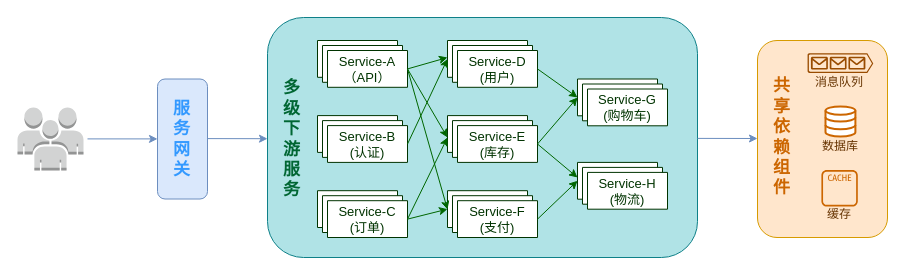
Earlier version of the draw.io diagram drawio/未命名绘图.drawio (siljing/SAD-Data_Modeling). Source tidied: cells renumbered, new cells numbered last; positions are measured from the earlier drawing's top-left corner, leaving out a move shared by most shapes. Both pictures are drawn from the tidied source at 100%, with x=0, y=0 at pixel (17, 17).
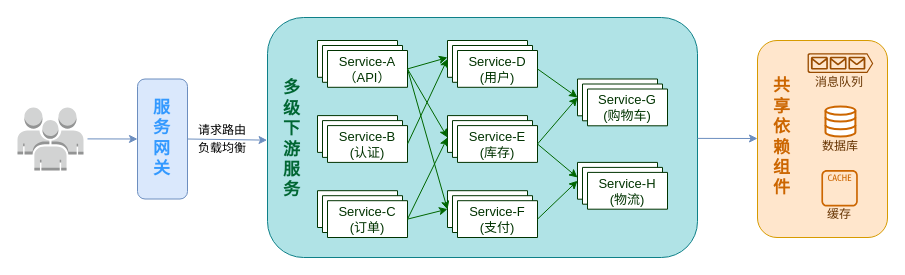
The same page after the edit.

Commit message (it also covers changes not shown here):
更新未命名绘图.drawio

The change refers to these unchanged cells:
```xml
<mxCell id="8" style="rounded=1;whiteSpace=wrap;html=1;fillColor=#b0e3e6;strokeColor=#0e8088;" parent="1" vertex="1">
  <mxGeometry x="250" width="430" height="240" as="geometry" />
</mxCell>
```

Change to the diagram source:
```diff
@@
-    <mxCell id="3" style="endArrow=classic;html=1;rounded=1;fillColor=#dae8fc;strokeColor=#6c8ebf;curved=0;" parent="1" edge="1">
+    <mxCell id="3" style="endArrow=classic;html=1;rounded=1;fillColor=#dae8fc;strokeColor=#6c8ebf;curved=0;entryX=0;entryY=0.5;entryDx=0;entryDy=0;" parent="1" edge="1" target="4">
       <mxGeometry relative="1" as="geometry">
         <mxPoint x="70" y="121.4" as="sourcePoint" />
-        <mxPoint x="140" y="121.4" as="targetPoint" />
       </mxGeometry>
     </mxCell>
-    <mxCell id="4" style="rounded=1;whiteSpace=wrap;html=1;fillColor=#dae8fc;strokeColor=#6c8ebf;shadow=0;" parent="1" vertex="1">
-      <mxGeometry x="140" y="61.5" width="50" height="120" as="geometry" />
-    </mxCell>
-    <mxCell id="5" value="服务网关" style="text;align=left;verticalAlign=middle;spacingLeft=4;spacingRight=4;overflow=hidden;whiteSpace=wrap;html=1;fontSize=17;fontColor=light-dark(#3399FF,#2566A8);textShadow=0;labelBorderColor=none;labelBackgroundColor=none;fontStyle=1;" parent="1" vertex="1">
-      <mxGeometry x="150" y="69.8" width="30" height="103.5" as="geometry" />
-    </mxCell>
@@
-    <mxCell id="7" style="endArrow=classic;html=1;rounded=1;fillColor=#dae8fc;strokeColor=#6c8ebf;curved=0;" parent="1" edge="1">
-      <mxGeometry relative="1" as="geometry">
-        <mxPoint x="190" y="121.1" as="sourcePoint" />
-        <mxPoint x="250" y="121.2" as="targetPoint" />
-      </mxGeometry>
+    <mxCell id="7" style="endArrow=classic;html=1;rounded=1;fillColor=#dae8fc;strokeColor=#6c8ebf;curved=0;exitX=1;exitY=0.5;exitDx=0;exitDy=0;entryX=-0.001;entryY=0.511;entryDx=0;entryDy=0;entryPerimeter=0;" parent="1" edge="1" source="4" target="8">
+      <mxGeometry relative="1" as="geometry" />
     </mxCell>
@@
+    <mxCell id="53" value="&lt;div style=&quot;line-height: 140%;&quot;&gt;请求路由&lt;/div&gt;" style="text;html=1;whiteSpace=wrap;strokeColor=none;fillColor=none;align=center;verticalAlign=middle;rounded=0;strokeWidth=3;" parent="1" vertex="1">
+      <mxGeometry x="170" y="98.1" width="70" height="30" as="geometry" />
+    </mxCell>
+    <mxCell id="54" value="&lt;div style=&quot;line-height: 140%;&quot;&gt;负载均衡&lt;/div&gt;" style="text;html=1;whiteSpace=wrap;strokeColor=none;fillColor=none;align=center;verticalAlign=middle;rounded=0;strokeWidth=5;" parent="1" vertex="1">
+      <mxGeometry x="170" y="116" width="70" height="30" as="geometry" />
+    </mxCell>
+    <mxCell id="55" style="group;" parent="1" vertex="1">
+      <mxGeometry x="120" y="61.5" width="50" height="120" as="geometry" />
+    </mxCell>
+    <mxCell id="4" style="rounded=1;whiteSpace=wrap;html=1;fillColor=#dae8fc;strokeColor=#6c8ebf;shadow=0;" parent="55" vertex="1">
+      <mxGeometry width="50" height="120" as="geometry" />
+    </mxCell>
+    <mxCell id="5" value="服务网关" style="text;align=left;verticalAlign=middle;spacingLeft=4;spacingRight=4;overflow=hidden;whiteSpace=wrap;html=1;fontSize=17;fontColor=light-dark(#3399FF,#2566A8);textShadow=0;labelBorderColor=none;labelBackgroundColor=none;fontStyle=1;" parent="55" vertex="1">
+      <mxGeometry x="10" y="8.2" width="30" height="103.5" as="geometry" />
+    </mxCell>
```
